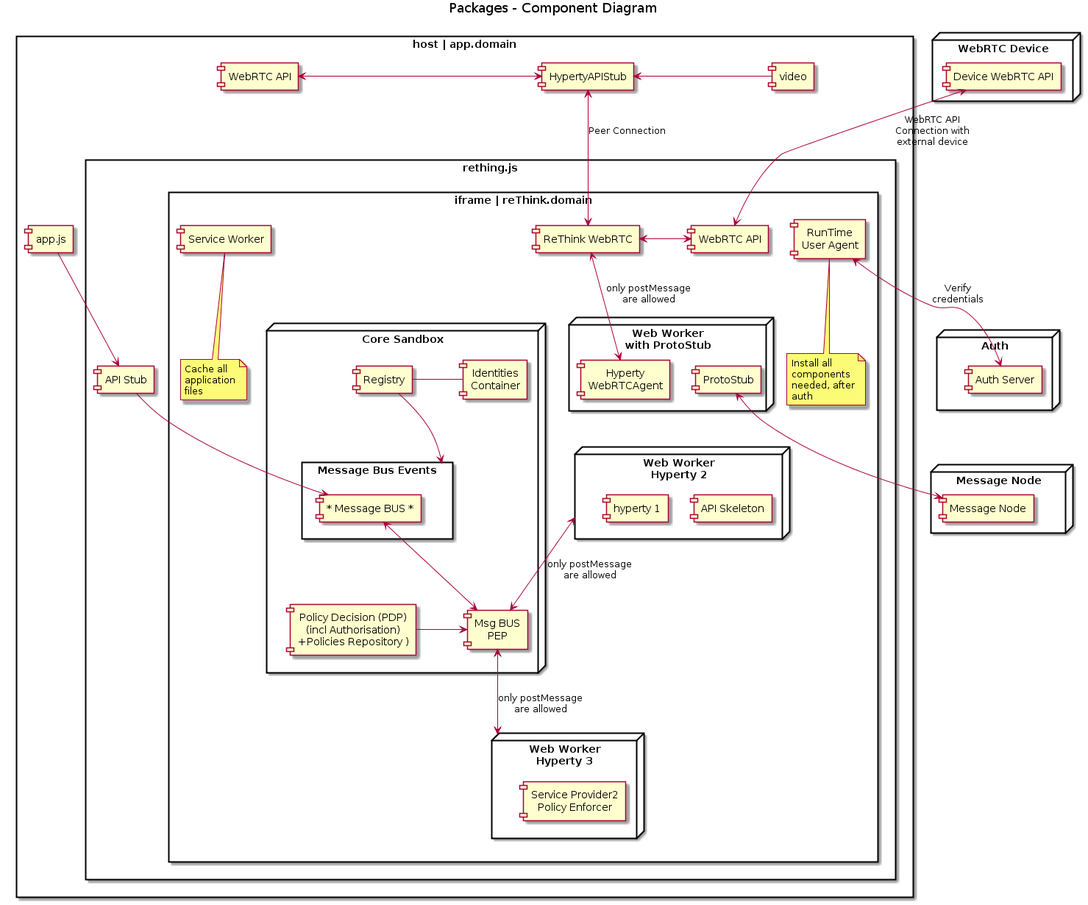
The PlantUML diagram docs/specs/runtime/implementation/Runtime_Browser_Implementation.png in reTHINK-project/core-framework, before a commit.
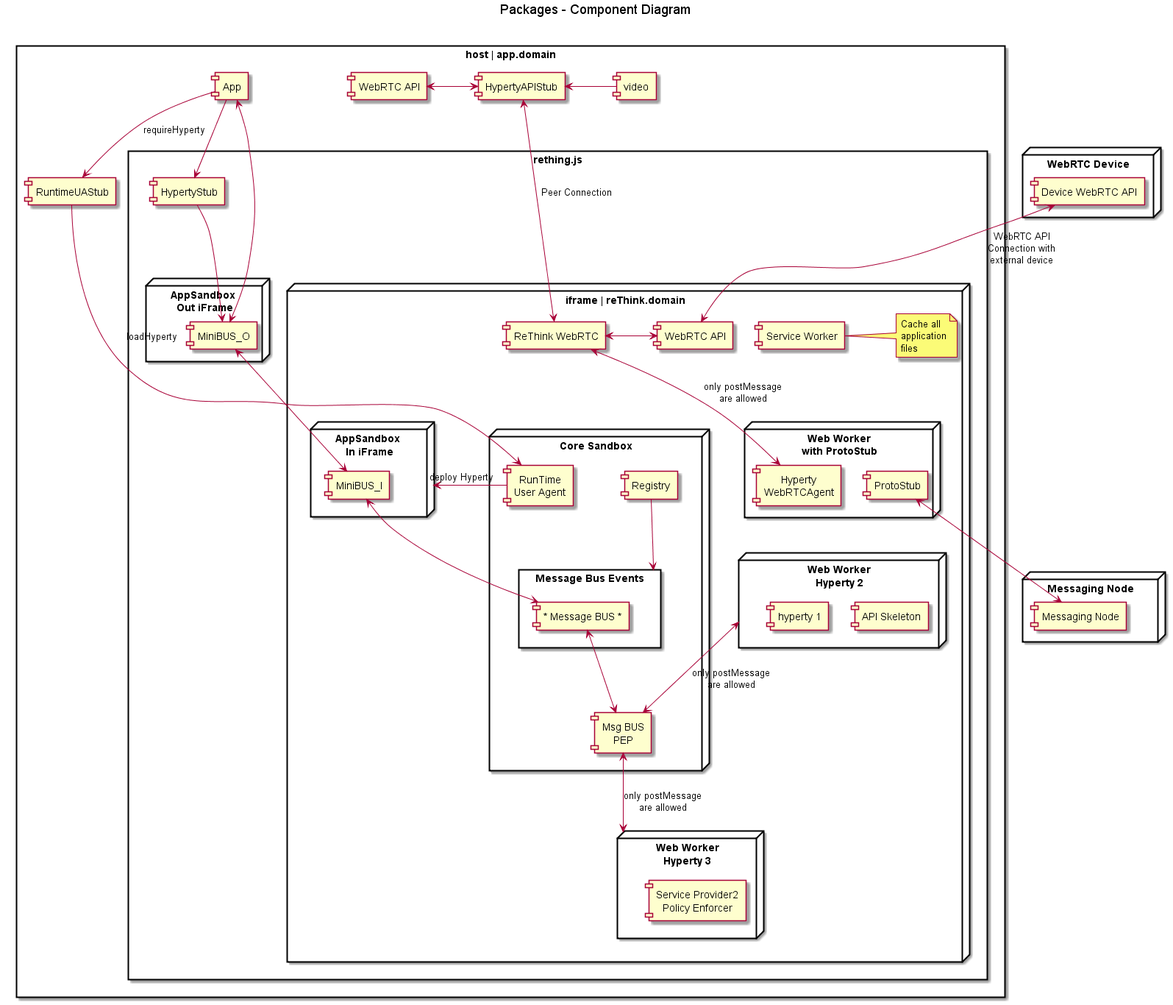
The same file after the commit.

Commit message:
Runtime Browser implementation arch updated as discussed today

What changed in the source:
```diff
@@ -1,48 +1,47 @@
-@startuml
+@startuml "Runtime_Browser_Implementation.png"
+
 title Packages - Component Diagram
 
 node "WebRTC Device" {
   [Device WebRTC API] as WebRTCDevice
 }
 
-node "Auth" {
-  [Auth Server] as Auth
-}
 
-node "Message Node" {
-  [Message Node] as MNode
+node "Messaging Node" {
+  [Messaging Node] as MNode
 }
 
 rectangle "host | app.domain" {
 
     component [video] as GUIVideo
-    component [app.js] as App
+    component [App] as App
+    component [RuntimeUAStub] as RunUAStub
 
     component [HypertyAPIStub] as PeerLocal
     component [WebRTC API] as WebRTCApiLocal
 
     rectangle rething.js {
 
-        component [API Stub] as APIStub
+        component [HypertyStub] as APIStub
 
-        rectangle "iframe | reThink.domain" {
+        node "AppSandbox \nOut iFrame" as AppSandboxO {
+        component MiniBUS_O
+      }
 
-            component [ReThink WebRTC] as PeerRemote
-            component [WebRTC API] as WebRTCApiRemote
+        node "iframe | reThink.domain" {
+
+          node "AppSandbox \nIn iFrame" as AppSandboxI {
+          component MiniBUS_I
+        }
+
+          component [ReThink WebRTC] as PeerRemote
+          component [WebRTC API] as WebRTCApiRemote
 
             component [Service Worker] as ServiceWorker
-            note bottom
+            note right
                 Cache all
                 application
                 files
-            endnote
-
-            component [RunTime\nUser Agent] as Agent
-            note bottom
-                Install all
-                components
-                needed, after
-                auth
             endnote
 
             node "Web Worker\nwith ProtoStub" as WPS {
@@ -61,11 +60,10 @@
 
             node "Core Sandbox" as Core {
 
+            component [RunTime\nUser Agent] as Agent
+
                 component [Registry] as Registry
-                component [Identities\nContainer] as IContainer
                 component [Msg BUS\nPEP] as Policy
-                component [Policy Decision (PDP)\n(incl Authorisation)\n+Policies Repository )] as PDP
-
 
                 rectangle "Message Bus Events" as MsgBusEvent {
                     component [* Message BUS *] as MsgBus
@@ -76,11 +74,24 @@
     }
 }
 
-Auth <-[hidden]up-> WebRTCDevice
+App <-right-> MiniBUS_O
+
+MiniBUS_O <-right-> MiniBUS_I
+
+MiniBUS_I <-right-> MsgBus
+
+App -down-> RunUAStub : requireHyperty
+
+RunUAStub -down-> Agent : loadHyperty
+
+Agent -> AppSandboxI : deploy Hyperty
+
 WebRTCApiRemote <-[hidden]down-> Core
 
-App -down-> APIStub
-APIStub -down-> MsgBus
+App -right-> APIStub
+APIStub -> MiniBUS_O
+
+App -[hidden]right- PeerLocal
 
 GUIVideo -left-> PeerLocal
 PeerLocal <-left-> WebRTCApiLocal
@@ -90,15 +101,15 @@
 WebRTCApiRemote <-up-> WebRTCDevice : WebRTC API\nConnection with\nexternal device
 
 Registry -right-> MsgBusEvent
-IContainer -left- Registry
+
+Registry -[hidden]left- Agent
 
 MsgBus <-down-> Policy
-PDP -right-> Policy
 
 PS <-right-> MNode
 
 Policy <-right-> W3 : only postMessage\nare allowed
 Policy <-left-> W2 : only postMessage\nare allowed
 
-Agent <-right-> Auth : Verify\ncredentials
+
 @enduml
```
